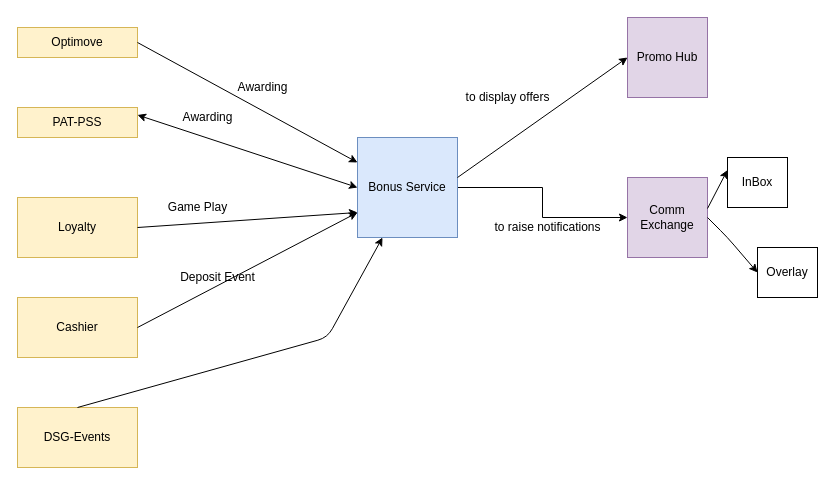
Before: Untitled Diagram.drawio in pradeepMp/myAdd, a draw.io diagram. Source tidied: cells renumbered, new cells numbered last; positions are measured from the earlier drawing's top-left corner, leaving out a move shared by most shapes. Both pictures are drawn from the tidied source at 100%, with x=0, y=0 at pixel (17, 17).
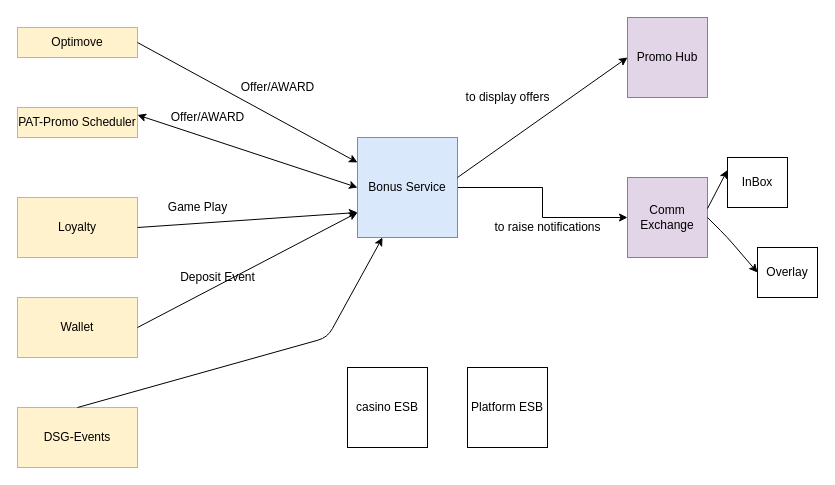
After the change.

Diff of the diagram source:
```diff
@@
-    <mxCell id="6" value="PAT-PSS" style="rounded=0;whiteSpace=wrap;html=1;fillColor=#fff2cc;strokeColor=#d6b656;" parent="1" vertex="1">
+    <mxCell id="6" value="PAT-Promo Scheduler" style="rounded=0;whiteSpace=wrap;html=1;fillColor=#fff2cc;strokeColor=#d6b656;" parent="1" vertex="1">
       <mxGeometry y="90" width="120" height="30" as="geometry" />
     </mxCell>
@@
-    <mxCell id="11" value="Awarding" style="text;html=1;align=center;verticalAlign=middle;" parent="1" vertex="1">
-      <mxGeometry x="155" y="90" width="70" height="20" as="geometry" />
+    <mxCell id="11" value="Offer/AWARD" style="text;html=1;align=center;verticalAlign=middle;" parent="1" vertex="1">
+      <mxGeometry x="145" y="90" width="90" height="20" as="geometry" />
     </mxCell>
-    <mxCell id="12" value="Awarding" style="text;html=1;align=center;verticalAlign=middle;" parent="1" vertex="1">
-      <mxGeometry x="210" y="60" width="70" height="20" as="geometry" />
+    <mxCell id="12" value="Offer/AWARD" style="text;html=1;align=center;verticalAlign=middle;" parent="1" vertex="1">
+      <mxGeometry x="215" y="60" width="90" height="20" as="geometry" />
     </mxCell>
-    <mxCell id="13" value="Cashier" style="rounded=0;whiteSpace=wrap;html=1;fillColor=#fff2cc;strokeColor=#d6b656;" parent="1" vertex="1">
+    <mxCell id="13" value="Wallet" style="rounded=0;whiteSpace=wrap;html=1;fillColor=#fff2cc;strokeColor=#d6b656;" parent="1" vertex="1">
       <mxGeometry y="280" width="120" height="60" as="geometry" />
     </mxCell>
@@
+    <mxCell id="27" value="casino ESB" style="whiteSpace=wrap;html=1;" parent="1" vertex="1">
+      <mxGeometry x="330" y="350" width="80" height="80" as="geometry" />
+    </mxCell>
+    <mxCell id="28" value="Platform ESB" style="whiteSpace=wrap;html=1;" parent="1" vertex="1">
+      <mxGeometry x="450" y="350" width="80" height="80" as="geometry" />
+    </mxCell>
```
